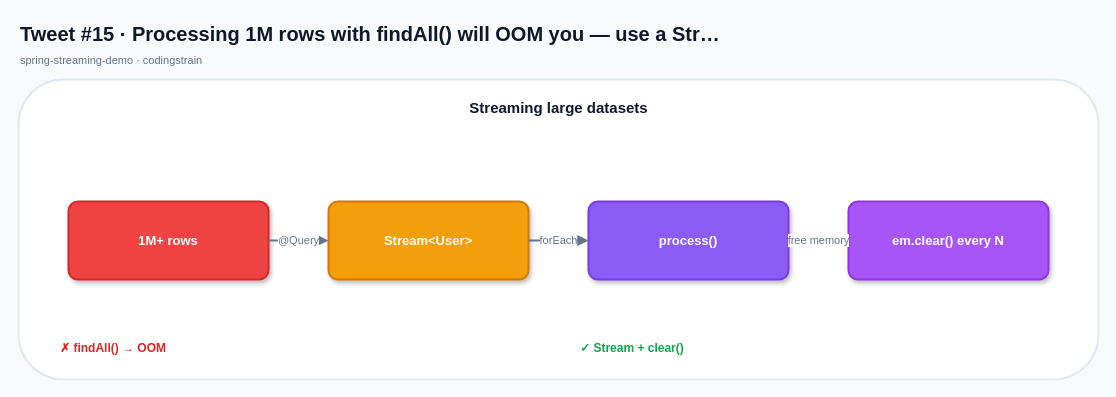
This is x-posts-examples/generated-x-posts/drawio/tweet-15.drawio from mcasari/codingstrain, a draw.io file, before an edit. Source tidied: cells renumbered, new cells numbered last; positions are measured from the earlier drawing's top-left corner, leaving out a move shared by most shapes. Both pictures are drawn from the tidied source at 100%, with x=0, y=0 at pixel (18, 17).
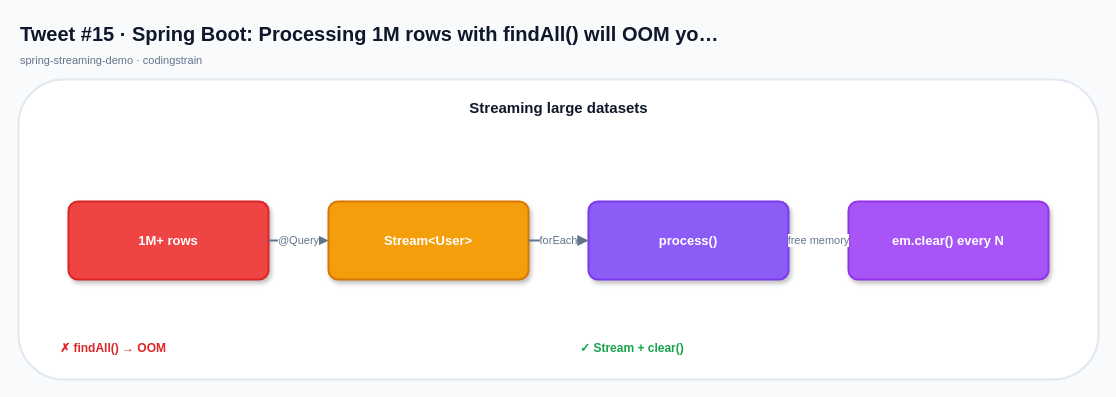
The same diagram, later.

Change to the diagram source:
```diff
@@
 <mxGraphModel background="#F8FAFC">
   <root>
     <mxCell id="0" />
     <mxCell id="1" parent="0" />
-    <mxCell id="2" value="Tweet #15 · Processing 1M rows with findAll() will OOM you — use a Str…" style="text;html=1;strokeColor=none;fillColor=none;align=left;verticalAlign=middle;fontSize=20;fontStyle=1;fontColor=#0F172A;" parent="1" vertex="1">
+    <mxCell id="2" value="Tweet #15 · Spring Boot: Processing 1M rows with findAll() will OOM yo…" style="text;html=1;strokeColor=none;fillColor=none;align=left;verticalAlign=middle;fontSize=20;fontStyle=1;fontColor=#0F172A;" parent="1" vertex="1">
       <mxGeometry width="760" height="32" as="geometry" />
     </mxCell>
     <mxCell id="3" value="spring-streaming-demo · codingstrain" style="text;html=1;strokeColor=none;fillColor=none;align=left;verticalAlign=middle;fontSize=11;fontStyle=0;fontColor=#64748B;" parent="1" vertex="1">
       <mxGeometry y="32" width="520" height="22" as="geometry" />
     </mxCell>
     <mxCell id="4" style="rounded=1;fillColor=#FFFFFF;strokeColor=#E2E8F0;strokeWidth=2;shadow=0;" parent="1" vertex="1">
       <mxGeometry y="62" width="1080" height="300" as="geometry" />
     </mxCell>
     <mxCell id="5" value="Streaming large datasets" style="text;html=1;strokeColor=none;fillColor=none;align=center;verticalAlign=middle;fontSize=15;fontStyle=1;fontColor=#0F172A;" parent="1" vertex="1">
       <mxGeometry x="20" y="76" width="1040" height="28" as="geometry" />
     </mxCell>
     <mxCell id="6" value="1M+ rows" style="rounded=1;whiteSpace=wrap;html=1;arcSize=12;fillColor=#EF4444;strokeColor=#DC2626;strokeWidth=2;fontColor=#FFFFFF;fontSize=13;fontStyle=1;shadow=1;align=center;verticalAlign=middle;" parent="1" vertex="1">
       <mxGeometry x="50" y="184" width="200" height="78" as="geometry" />
     </mxCell>
     <mxCell id="7" value="Stream&amp;lt;User&amp;gt;" style="rounded=1;whiteSpace=wrap;html=1;arcSize=12;fillColor=#F59E0B;strokeColor=#D97706;strokeWidth=2;fontColor=#FFFFFF;fontSize=13;fontStyle=1;shadow=1;align=center;verticalAlign=middle;" parent="1" vertex="1">
       <mxGeometry x="310" y="184" width="200" height="78" as="geometry" />
     </mxCell>
     <mxCell id="8" value="process()" style="rounded=1;whiteSpace=wrap;html=1;arcSize=12;fillColor=#8B5CF6;strokeColor=#7C3AED;strokeWidth=2;fontColor=#FFFFFF;fontSize=13;fontStyle=1;shadow=1;align=center;verticalAlign=middle;" parent="1" vertex="1">
       <mxGeometry x="570" y="184" width="200" height="78" as="geometry" />
     </mxCell>
     <mxCell id="9" value="em.clear() every N" style="rounded=1;whiteSpace=wrap;html=1;arcSize=12;fillColor=#A855F7;strokeColor=#9333EA;strokeWidth=2;fontColor=#FFFFFF;fontSize=13;fontStyle=1;shadow=1;align=center;verticalAlign=middle;" parent="1" vertex="1">
       <mxGeometry x="830" y="184" width="200" height="78" as="geometry" />
     </mxCell>
     <mxCell id="10" value="@Query" style="edgeStyle=orthogonalEdgeStyle;rounded=1;jettySize=auto;html=1;endArrow=block;endFill=1;startArrow=none;strokeColor=#64748B;strokeWidth=2;fontColor=#64748B;fontSize=11;" parent="1" edge="1" source="6" target="7">
       <mxGeometry relative="1" as="geometry" />
     </mxCell>
     <mxCell id="11" value="forEach" style="edgeStyle=orthogonalEdgeStyle;rounded=1;jettySize=auto;html=1;endArrow=block;endFill=1;startArrow=none;strokeColor=#64748B;strokeWidth=2;fontColor=#64748B;fontSize=11;" parent="1" edge="1" source="7" target="8">
       <mxGeometry relative="1" as="geometry" />
     </mxCell>
     <mxCell id="12" value="free memory" style="edgeStyle=orthogonalEdgeStyle;rounded=1;jettySize=auto;html=1;endArrow=block;endFill=1;startArrow=none;strokeColor=#64748B;strokeWidth=2;fontColor=#64748B;fontSize=11;" parent="1" edge="1" source="8" target="9">
       <mxGeometry relative="1" as="geometry" />
     </mxCell>
     <mxCell id="13" value="✗ findAll() → OOM" style="text;html=1;strokeColor=none;fillColor=none;align=left;verticalAlign=middle;fontSize=12;fontStyle=1;fontColor=#DC2626;" parent="1" vertex="1">
       <mxGeometry x="40" y="314" width="500" height="34" as="geometry" />
     </mxCell>
     <mxCell id="14" value="✓ Stream + clear()" style="text;html=1;strokeColor=none;fillColor=none;align=left;verticalAlign=middle;fontSize=12;fontStyle=1;fontColor=#16A34A;" parent="1" vertex="1">
       <mxGeometry x="560" y="314" width="500" height="34" as="geometry" />
     </mxCell>
   </root>
 </mxGraphModel>
```
